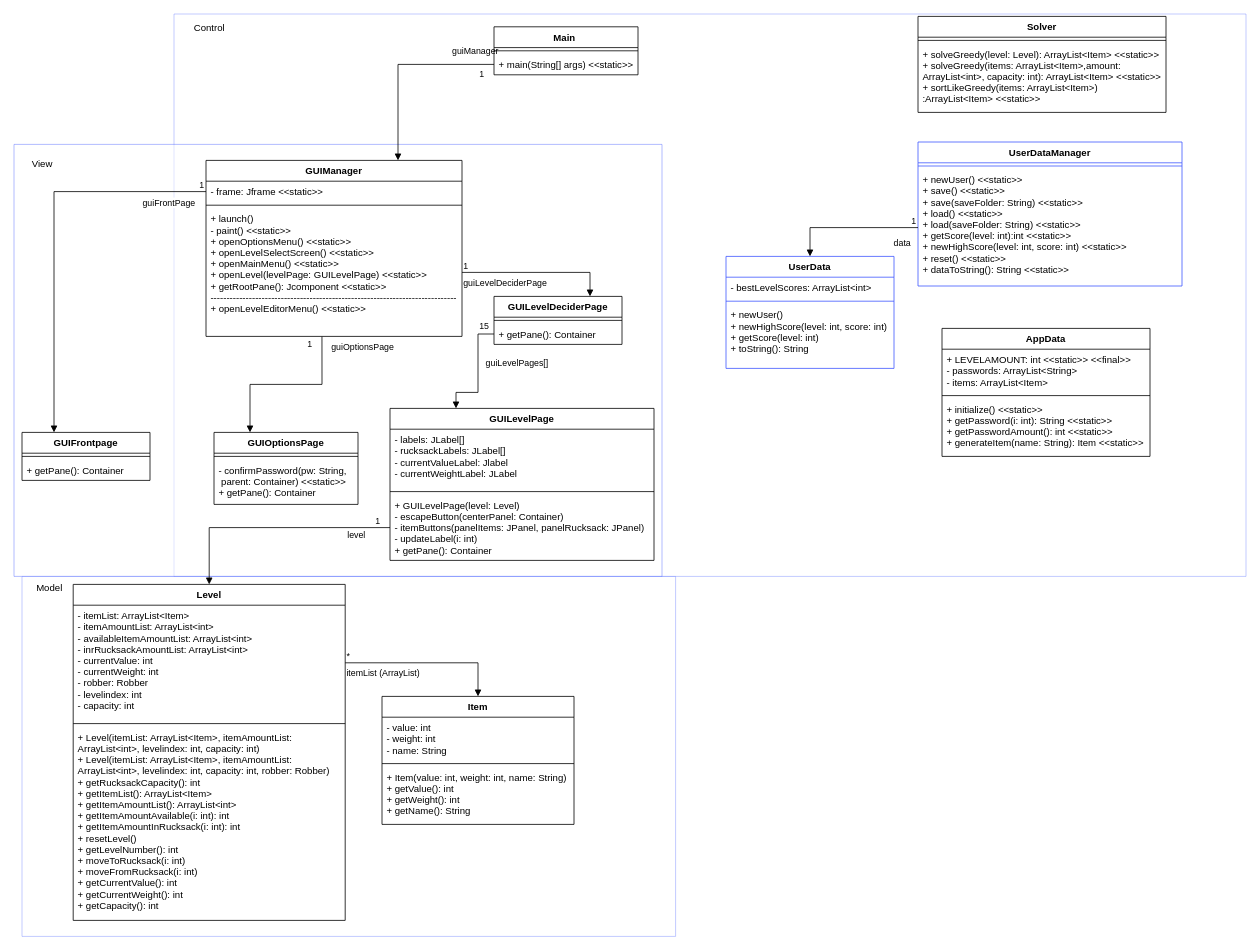
The draw.io diagram Klassendiagramm maven.drawio in CaroReutin/Teamprojekt, before the edit. Source tidied: cells renumbered, new cells numbered last; positions are measured from the earlier drawing's top-left corner, leaving out a move shared by most shapes. Both pictures are drawn from the tidied source at 80%, with x=0, y=0 at pixel (14, 14).
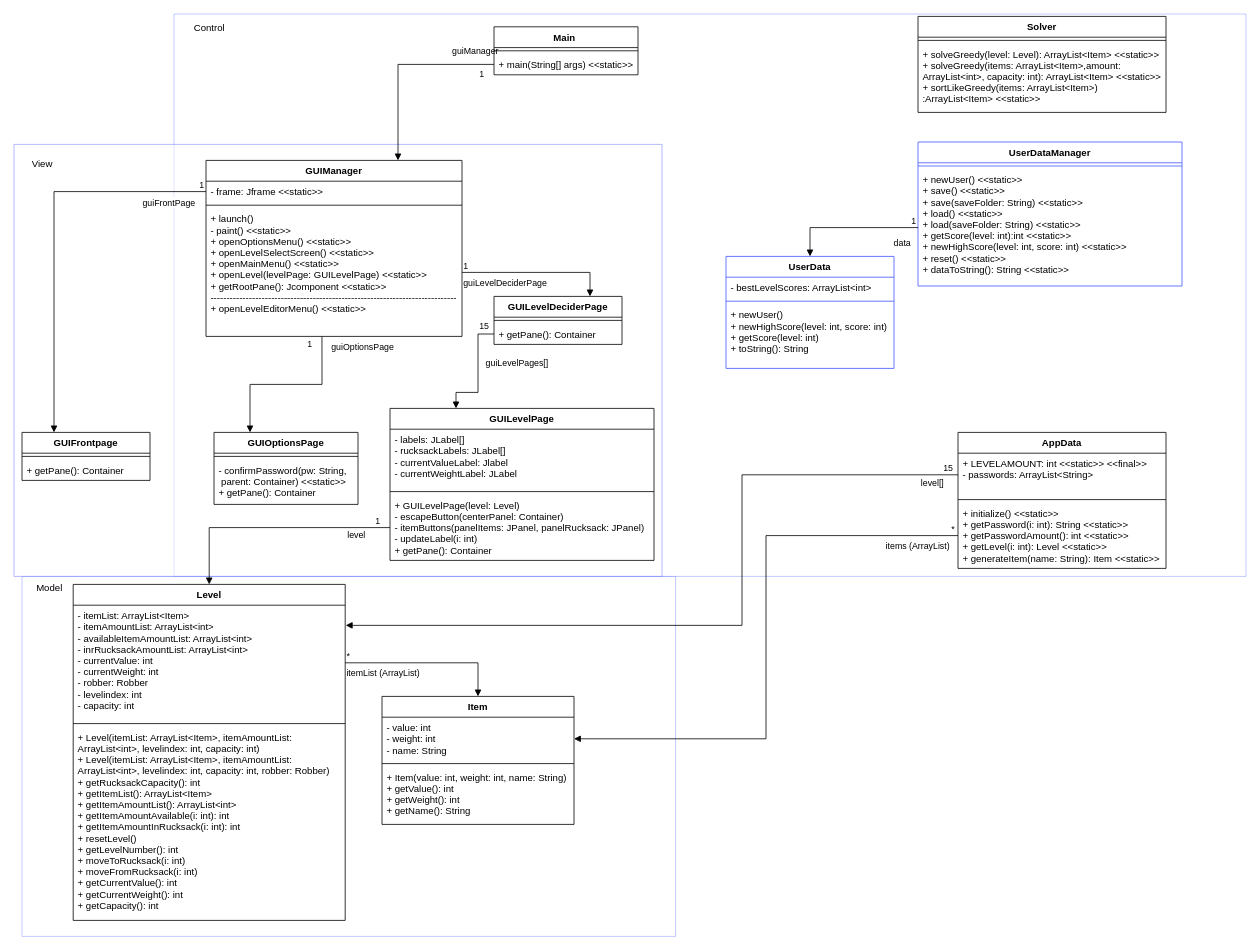
The same diagram, later.

Commit message (it also covers changes not shown here):
Add level to AppData

The change refers to these unchanged cells:
```xml
<mxCell id="5" style="group;" parent="1" vertex="1">
  <mxGeometry x="200" width="1340" height="703" as="geometry" />
</mxCell>
<mxCell id="37" value="- value: int&#10;- weight: int&#10;- name: String" style="text;strokeColor=none;fillColor=none;align=left;verticalAlign=top;spacingLeft=4;spacingRight=4;overflow=hidden;points=[[0,0.5],[1,0.5]];portConstraint=eastwest;" parent="36" vertex="1">
  <mxGeometry y="26" width="240" height="54" as="geometry" />
</mxCell>
<mxCell id="43" value="- itemList: ArrayList&lt;Item&gt;&#10;- itemAmountList: ArrayList&lt;int&gt;&#10;- availableItemAmountList: ArrayList&lt;int&gt;&#10;- inrRucksackAmountList: ArrayList&lt;int&gt;&#10;- currentValue: int&#10;- currentWeight: int&#10;- robber: Robber&#10;- levelindex: int&#10;- capacity: int" style="text;strokeColor=none;fillColor=none;align=left;verticalAlign=top;spacingLeft=4;spacingRight=4;overflow=hidden;points=[[0,0.5],[1,0.5]];portConstraint=eastwest;" parent="42" vertex="1">
  <mxGeometry y="26" width="340" height="144" as="geometry" />
</mxCell>
```

What changed in the source:
```diff
@@
     <mxCell id="8" value="AppData" style="swimlane;fontStyle=1;align=center;verticalAlign=top;horizontal=1;startSize=26;" parent="5" vertex="1">
-      <mxGeometry x="960" y="393" width="260" height="160" as="geometry" />
+      <mxGeometry x="980" y="523" width="260" height="170" as="geometry" />
     </mxCell>
-    <mxCell id="9" value="+ LEVELAMOUNT: int &lt;&lt;static&gt;&gt; &lt;&lt;final&gt;&gt;&#10;- passwords: ArrayList&lt;String&gt;&#10;- items: ArrayList&lt;Item&gt;" style="text;strokeColor=none;fillColor=none;align=left;verticalAlign=top;spacingLeft=4;spacingRight=4;overflow=hidden;points=[[0,0.5],[1,0.5]];portConstraint=eastwest;" parent="8" vertex="1">
+    <mxCell id="9" value="+ LEVELAMOUNT: int &lt;&lt;static&gt;&gt; &lt;&lt;final&gt;&gt;&#10;- passwords: ArrayList&lt;String&gt;" style="text;strokeColor=none;fillColor=none;align=left;verticalAlign=top;spacingLeft=4;spacingRight=4;overflow=hidden;points=[[0,0.5],[1,0.5]];portConstraint=eastwest;" parent="8" vertex="1">
       <mxGeometry y="26" width="260" height="54" as="geometry" />
     </mxCell>
@@
-    <mxCell id="11" value="+ initialize() &lt;&lt;static&gt;&gt;&#10;+ getPassword(i: int): String &lt;&lt;static&gt;&gt;&#10;+ getPasswordAmount(): int &lt;&lt;static&gt;&gt;&#10;+ generateItem(name: String): Item &lt;&lt;static&gt;&gt;" style="text;strokeColor=none;fillColor=none;align=left;verticalAlign=top;spacingLeft=4;spacingRight=4;overflow=hidden;points=[[0,0.5],[1,0.5]];portConstraint=eastwest;" parent="8" vertex="1">
-      <mxGeometry y="88" width="260" height="72" as="geometry" />
+    <mxCell id="11" value="+ initialize() &lt;&lt;static&gt;&gt;&#10;+ getPassword(i: int): String &lt;&lt;static&gt;&gt;&#10;+ getPasswordAmount(): int &lt;&lt;static&gt;&gt;&#10;+ getLevel(i: int): Level &lt;&lt;static&gt;&gt;&#10;+ generateItem(name: String): Item &lt;&lt;static&gt;&gt;" style="text;strokeColor=none;fillColor=none;align=left;verticalAlign=top;spacingLeft=4;spacingRight=4;overflow=hidden;points=[[0,0.5],[1,0.5]];portConstraint=eastwest;" parent="8" vertex="1">
+      <mxGeometry y="88" width="260" height="82" as="geometry" />
     </mxCell>
@@
+    <mxCell id="69" value="level[]" style="endArrow=block;endFill=1;html=1;edgeStyle=orthogonalEdgeStyle;align=left;verticalAlign=top;rounded=0;exitX=0;exitY=0.5;exitDx=0;exitDy=0;entryX=1.002;entryY=0.175;entryDx=0;entryDy=0;entryPerimeter=0;" parent="1" edge="1" source="9" target="43">
+      <mxGeometry x="-0.9" y="-3" relative="1" as="geometry">
+        <Array as="points">
+          <mxPoint x="910" y="576" />
+          <mxPoint x="910" y="764" />
+        </Array>
+      </mxGeometry>
+    </mxCell>
+    <mxCell id="70" value="15" style="edgeLabel;html=1;align=left;verticalAlign=bottom;" parent="69" vertex="1">
+      <mxGeometry x="-1" relative="1" as="geometry">
+        <mxPoint x="-20" as="offset" />
+      </mxGeometry>
+    </mxCell>
+    <mxCell id="71" value="items (ArrayList)" style="endArrow=block;endFill=1;html=1;edgeStyle=orthogonalEdgeStyle;align=left;verticalAlign=top;rounded=0;exitX=0;exitY=0.5;exitDx=0;exitDy=0;entryX=1;entryY=0.5;entryDx=0;entryDy=0;" parent="1" edge="1" source="11" target="37">
+      <mxGeometry x="-0.75" relative="1" as="geometry" />
+    </mxCell>
+    <mxCell id="72" value="*" style="edgeLabel;html=1;align=left;verticalAlign=bottom;" parent="71" vertex="1">
+      <mxGeometry x="-1" relative="1" as="geometry">
+        <mxPoint x="-10" as="offset" />
+      </mxGeometry>
+    </mxCell>
```
